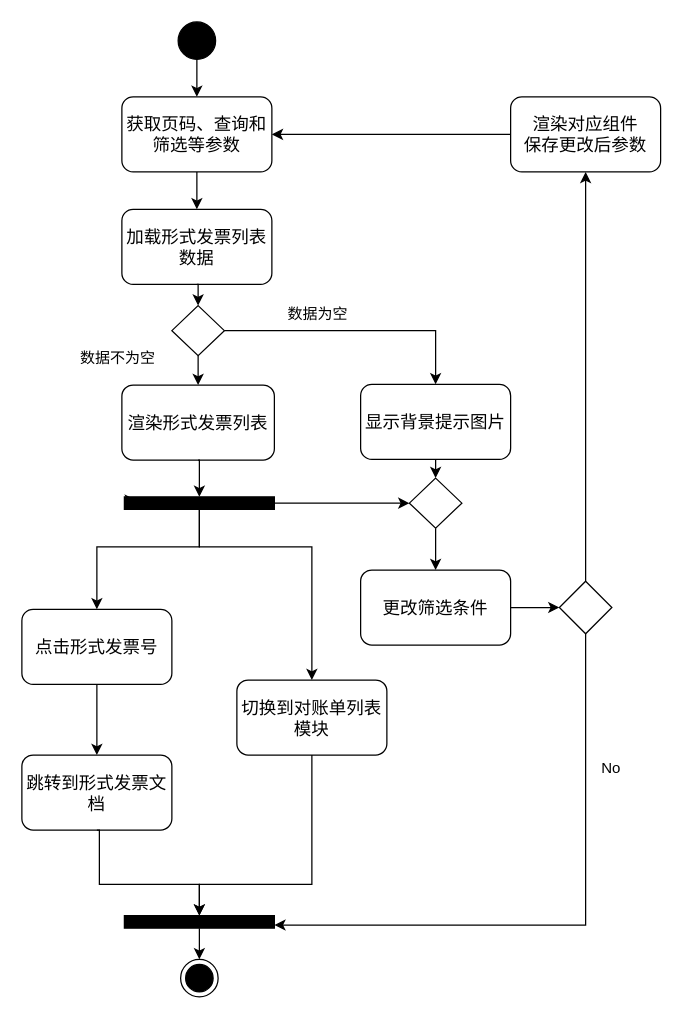
Robbie-Han/graduation-thesis keeps this draw.io diagram as page "形式发票列表" (4 of 7) of 概要设计.drawio. Above is the earlier version. Source tidied: cells renumbered, new cells numbered last; positions are measured from the earlier drawing's top-left corner, leaving out a move shared by most shapes. Both pictures are drawn from the tidied source at 125%, with x=0, y=0 at pixel (21, 21).
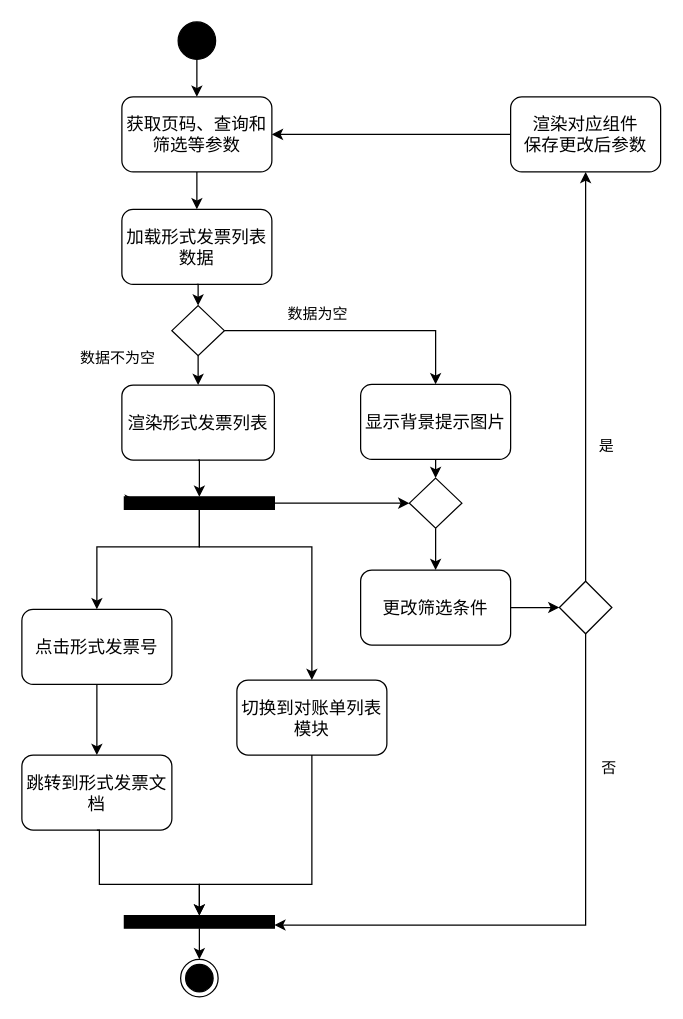
After the change.

Diff of the diagram source:
```diff
@@
-    <mxCell id="38" value="No" style="text;html=1;align=left;verticalAlign=top;spacingTop=-4;" parent="1" vertex="1">
+    <mxCell id="38" value="否" style="text;html=1;align=left;verticalAlign=top;spacingTop=-4;" parent="1" vertex="1">
       <mxGeometry x="462" y="586.5" width="30" height="20" as="geometry" />
     </mxCell>
@@
+    <mxCell id="41" value="是" style="text;html=1;align=left;verticalAlign=top;spacingTop=-4;" parent="1" vertex="1">
+      <mxGeometry x="460" y="330" width="30" height="20" as="geometry" />
+    </mxCell>
```
